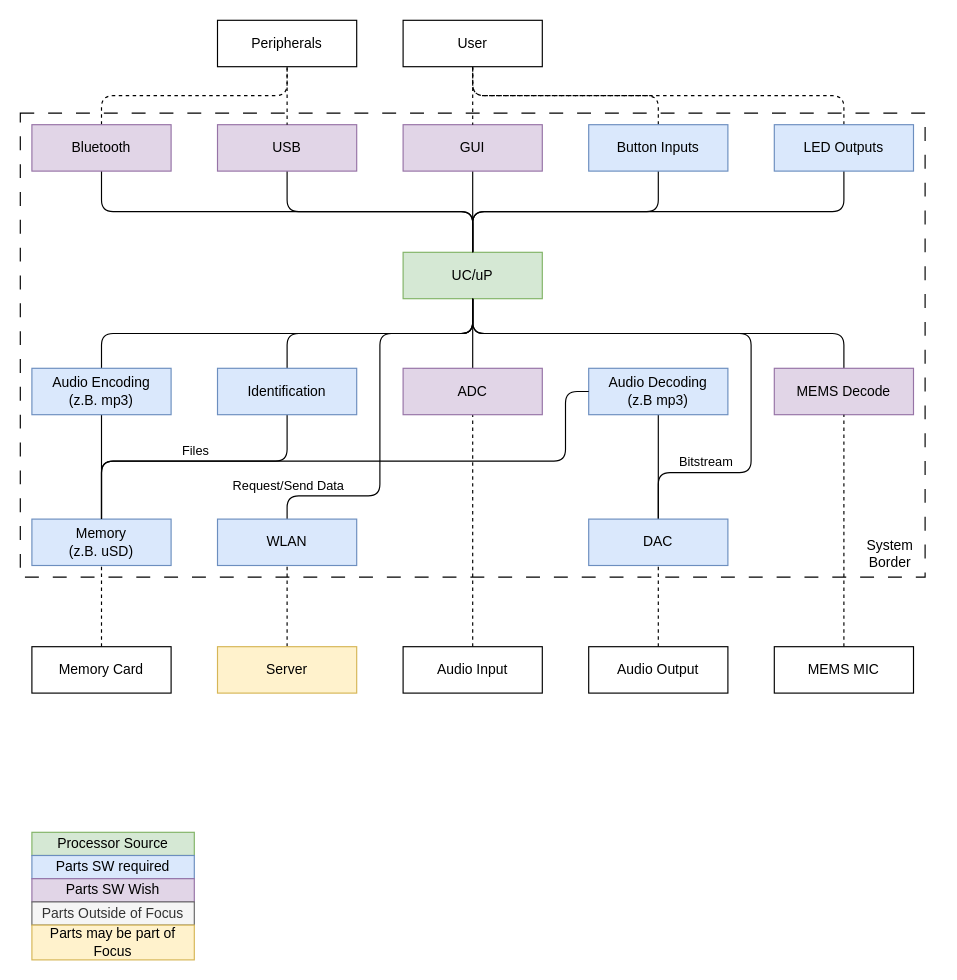
This is page "SW-BlockDiagramm" (3 of 3) of Documentation/Block-Diagramm/Blockschaltbild.drawio from KROIA/Voicemail-Box, a draw.io file, before an edit. Source tidied: cells renumbered, new cells numbered last; positions are measured from the earlier drawing's top-left corner, leaving out a move shared by most shapes. Both pictures are drawn from the tidied source at 116%, with x=0, y=0 at pixel (20, 20).
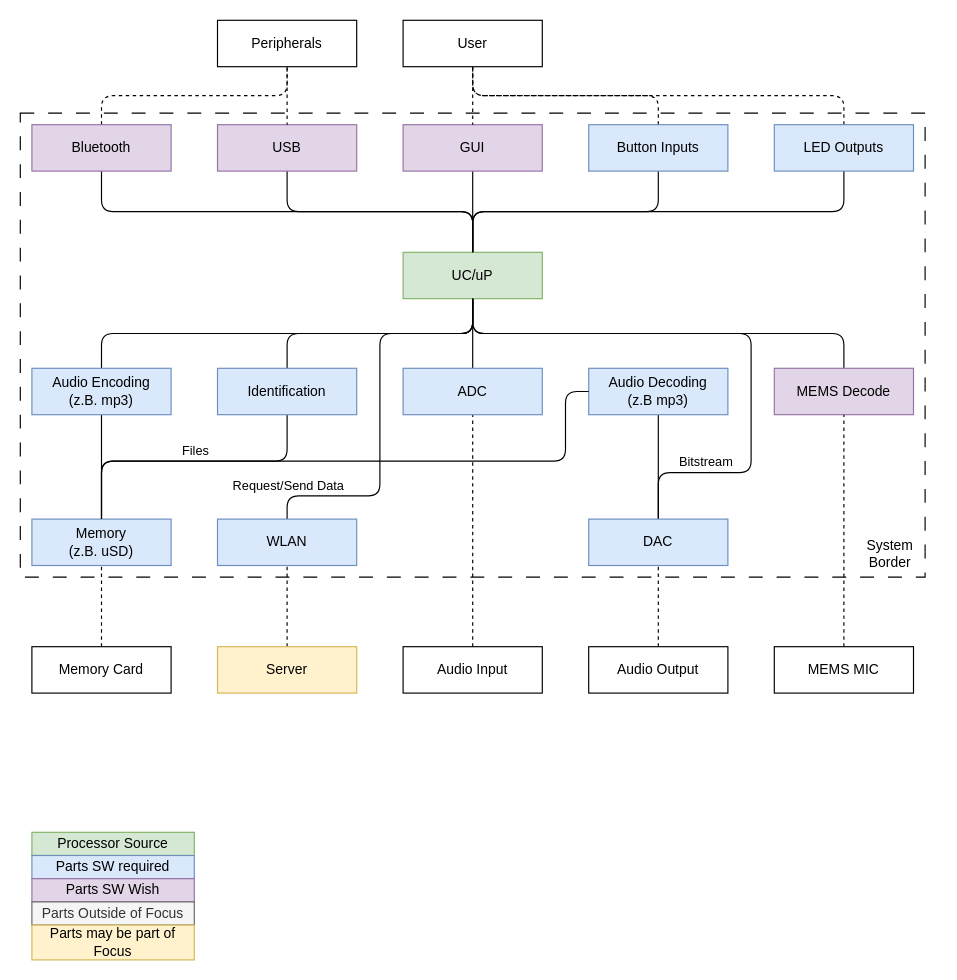
The same diagram, later.

What changed in the source:
```diff
@@
-    <mxCell id="44" value="ADC" style="rounded=0;whiteSpace=wrap;html=1;fillColor=#e1d5e7;strokeColor=#9673a6;" parent="1" vertex="1">
+    <mxCell id="44" value="ADC" style="rounded=0;whiteSpace=wrap;html=1;fillColor=#dae8fc;strokeColor=#6c8ebf;" parent="1" vertex="1">
       <mxGeometry x="330" y="300" width="120" height="40" as="geometry" />
     </mxCell>
```
